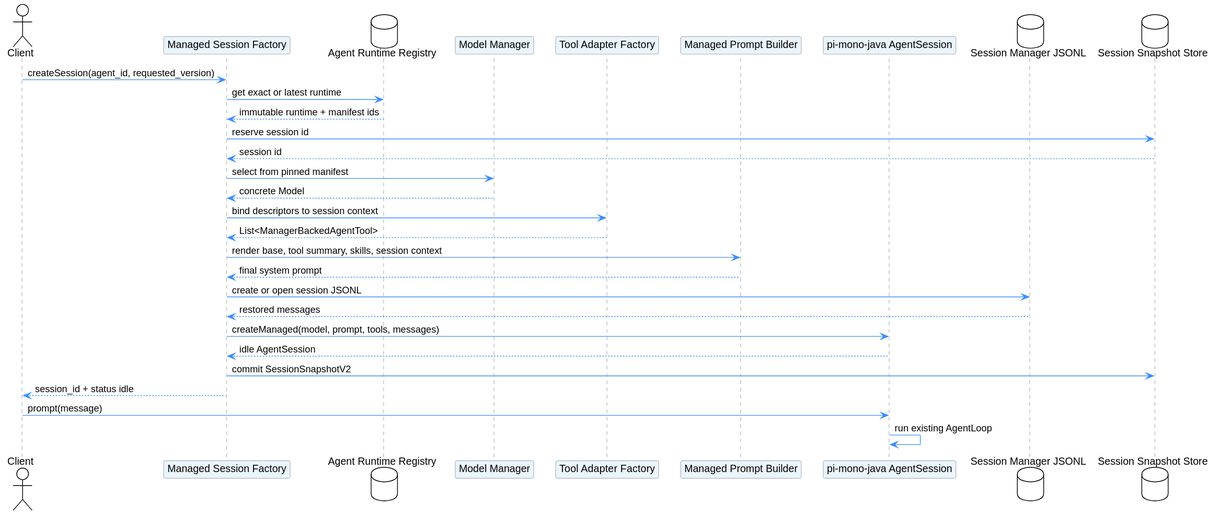
superheromeZzh/pi-mono-java-design keeps this PlantUML diagram as managed-agent-session/pi_session_creation.svg. Above is the earlier version.
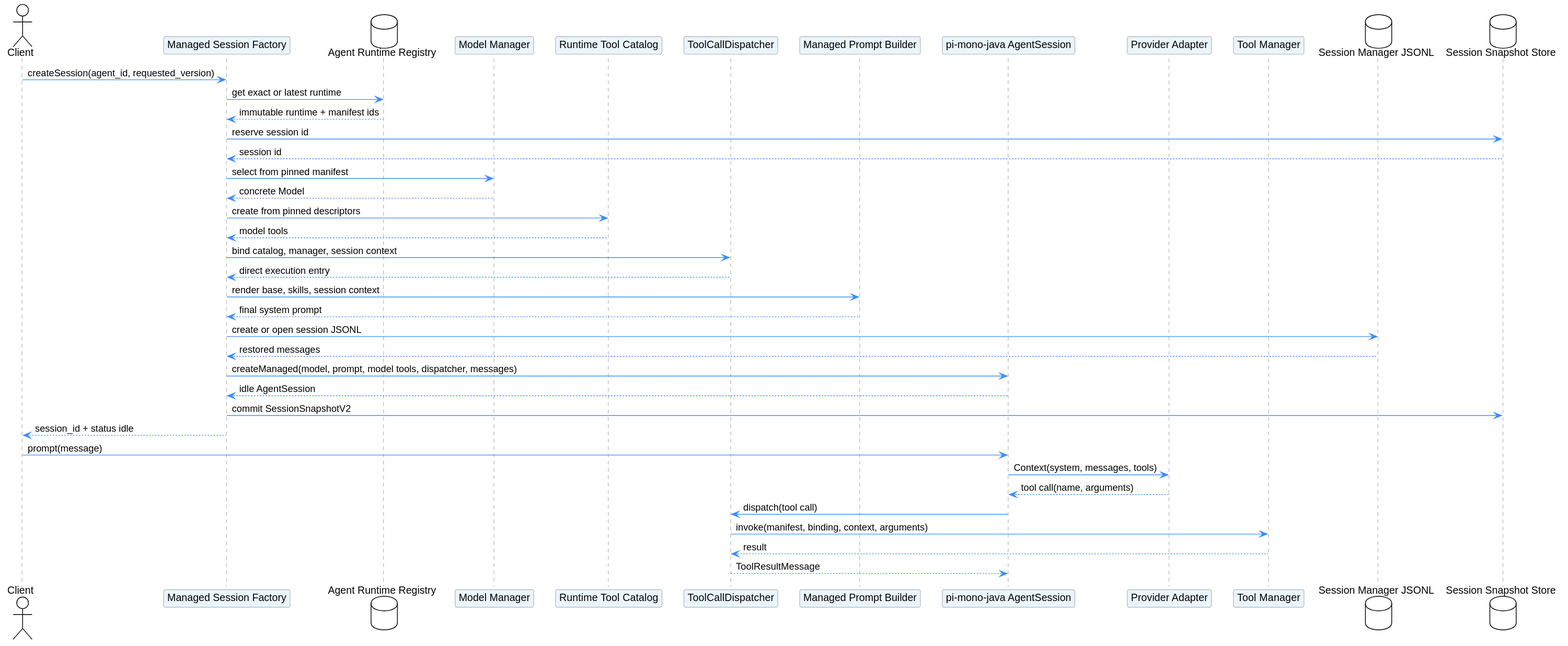
The same file after the commit.

Commit message:
docs: route managed tool calls through dispatcher

Diff of the diagram source:
```diff
@@ -12,9 +12,12 @@
 participant "Managed Session Factory" as Factory
 database "Agent Runtime Registry" as Registry
 participant "Model Manager" as ModelManager
-participant "Tool Adapter Factory" as ToolFactory
+participant "Runtime Tool Catalog" as ToolCatalog
+participant "ToolCallDispatcher" as Dispatcher
 participant "Managed Prompt Builder" as Prompt
 participant "pi-mono-java AgentSession" as JavaSession
+participant "Provider Adapter" as Provider
+participant "Tool Manager" as ToolManager
 database "Session Manager JSONL" as History
 database "Session Snapshot Store" as Store
 
@@ -25,17 +28,24 @@
 Store --> Factory: session id
 Factory -> ModelManager: select from pinned manifest
 ModelManager --> Factory: concrete Model
-Factory -> ToolFactory: bind descriptors to session context
-ToolFactory --> Factory: List<ManagerBackedAgentTool>
-Factory -> Prompt: render base, tool summary, skills, session context
+Factory -> ToolCatalog: create from pinned descriptors
+ToolCatalog --> Factory: model tools
+Factory -> Dispatcher: bind catalog, manager, session context
+Dispatcher --> Factory: direct execution entry
+Factory -> Prompt: render base, skills, session context
 Prompt --> Factory: final system prompt
 Factory -> History: create or open session JSONL
 History --> Factory: restored messages
-Factory -> JavaSession: createManaged(model, prompt, tools, messages)
+Factory -> JavaSession: createManaged(model, prompt, model tools, dispatcher, messages)
 JavaSession --> Factory: idle AgentSession
 Factory -> Store: commit SessionSnapshotV2
 Factory --> Client: session_id + status idle
 
 Client -> JavaSession: prompt(message)
-JavaSession -> JavaSession: run existing AgentLoop
+JavaSession -> Provider: Context(system, messages, tools)
+Provider --> JavaSession: tool call(name, arguments)
+JavaSession -> Dispatcher: dispatch(tool call)
+Dispatcher -> ToolManager: invoke(manifest, binding, context, arguments)
+ToolManager --> Dispatcher: result
+Dispatcher --> JavaSession: ToolResultMessage
 @enduml
```
